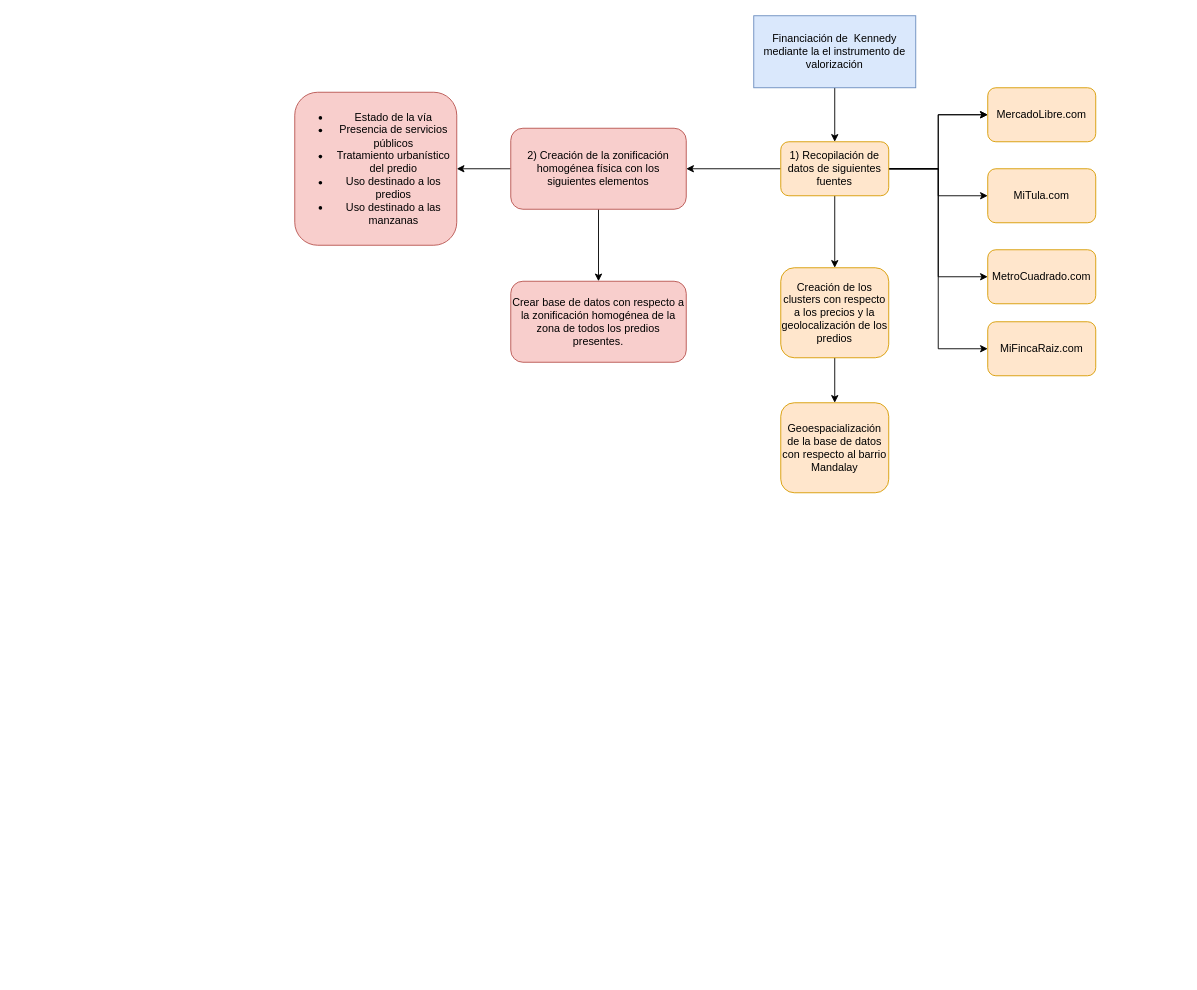
The draw.io diagram Diagrama sin título.drawio in santi11031/Valorizacion_Mandalay, before the edit. Source tidied: cells renumbered, new cells numbered last; positions are measured from the earlier drawing's top-left corner, leaving out a move shared by most shapes. Both pictures are drawn from the tidied source at 90%, with x=0, y=0 at pixel (294, 15).
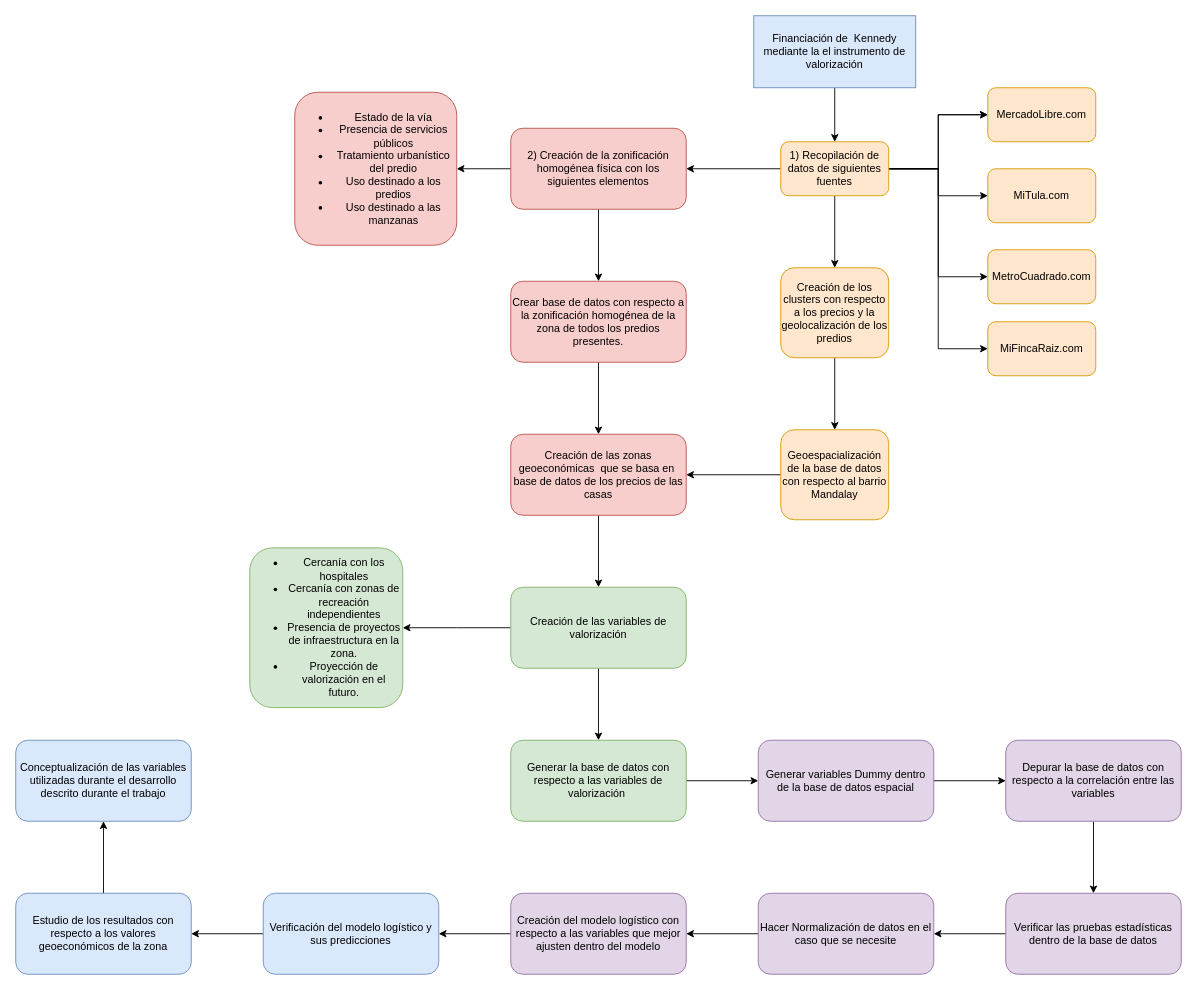
The same page after the edit.

Unchanged cells that the change refers to:
```xml
<mxCell id="23" value="Crear base de datos con respecto a la zonificación homogénea de la zona de todos los predios presentes." style="rounded=1;whiteSpace=wrap;html=1;fillColor=#f8cecc;strokeColor=#b85450;align=center;" parent="1" vertex="1">
  <mxGeometry x="240" y="295" width="195" height="90" as="geometry" />
</mxCell>
```

Change to the diagram source:
```diff
@@
+    <mxCell id="24" style="edgeStyle=orthogonalEdgeStyle;rounded=0;jettySize=auto;html=1;entryX=1;entryY=0.5;entryDx=0;entryDy=0;" parent="1" edge="1" source="22" target="27">
+      <mxGeometry relative="1" as="geometry" />
+    </mxCell>
     <mxCell id="22" value="Geoespacialización de la base de datos con respecto al barrio Mandalay" style="rounded=1;whiteSpace=wrap;html=1;fillColor=#ffe6cc;strokeColor=#d79b00;" parent="1" vertex="1">
-      <mxGeometry x="540" y="430" width="120" height="100" as="geometry" />
+      <mxGeometry x="540" y="460" width="120" height="100" as="geometry" />
     </mxCell>
+    <mxCell id="25" style="edgeStyle=orthogonalEdgeStyle;rounded=0;jettySize=auto;html=1;" parent="1" edge="1" source="23" target="27">
+      <mxGeometry relative="1" as="geometry" />
+    </mxCell>
@@
+    <mxCell id="26" style="edgeStyle=orthogonalEdgeStyle;rounded=0;jettySize=auto;html=1;" parent="1" edge="1" source="27" target="30">
+      <mxGeometry relative="1" as="geometry" />
+    </mxCell>
+    <mxCell id="27" value="Creación de las zonas geoeconómicas&amp;nbsp; que se basa en&amp;nbsp; base de datos de los precios de las casas" style="rounded=1;whiteSpace=wrap;html=1;fillColor=#f8cecc;strokeColor=#b85450;align=center;" parent="1" vertex="1">
+      <mxGeometry x="240" y="465" width="195" height="90" as="geometry" />
+    </mxCell>
+    <mxCell id="28" style="edgeStyle=orthogonalEdgeStyle;rounded=0;jettySize=auto;html=1;" parent="1" edge="1" source="30" target="32">
+      <mxGeometry relative="1" as="geometry" />
+    </mxCell>
+    <mxCell id="29" style="edgeStyle=orthogonalEdgeStyle;rounded=0;jettySize=auto;html=1;" parent="1" edge="1" source="30" target="33">
+      <mxGeometry relative="1" as="geometry" />
+    </mxCell>
+    <mxCell id="30" value="Creación de las variables de valorización" style="rounded=1;whiteSpace=wrap;html=1;fillColor=#d5e8d4;strokeColor=#82b366;align=center;" parent="1" vertex="1">
+      <mxGeometry x="240" y="635" width="195" height="90" as="geometry" />
+    </mxCell>
+    <mxCell id="31" style="edgeStyle=orthogonalEdgeStyle;rounded=0;jettySize=auto;html=1;" parent="1" edge="1" source="32" target="35">
+      <mxGeometry relative="1" as="geometry" />
+    </mxCell>
+    <mxCell id="32" value="Generar la base de datos con respecto a las variables de valorización&amp;nbsp;" style="rounded=1;whiteSpace=wrap;html=1;fillColor=#d5e8d4;strokeColor=#82b366;align=center;" parent="1" vertex="1">
+      <mxGeometry x="240" y="805" width="195" height="90" as="geometry" />
+    </mxCell>
+    <mxCell id="33" value="&lt;ul&gt;&lt;li&gt;Cercanía con los hospitales&lt;/li&gt;&lt;li&gt;Cercanía con zonas de recreación independientes&lt;/li&gt;&lt;li&gt;Presencia de proyectos de infraestructura en la zona.&lt;/li&gt;&lt;li&gt;Proyección de valorización en el futuro.&lt;/li&gt;&lt;/ul&gt;" style="rounded=1;whiteSpace=wrap;html=1;fillColor=#d5e8d4;strokeColor=#82b366;align=center;" parent="1" vertex="1">
+      <mxGeometry x="-50" y="591.2" width="170" height="177.5" as="geometry" />
+    </mxCell>
+    <mxCell id="34" style="edgeStyle=orthogonalEdgeStyle;rounded=0;jettySize=auto;html=1;" parent="1" edge="1" source="35" target="37">
+      <mxGeometry relative="1" as="geometry" />
+    </mxCell>
+    <mxCell id="35" value="Generar variables Dummy dentro de la base de datos espacial" style="rounded=1;whiteSpace=wrap;html=1;fillColor=#e1d5e7;strokeColor=#9673a6;align=center;" parent="1" vertex="1">
+      <mxGeometry x="515" y="805" width="195" height="90" as="geometry" />
+    </mxCell>
+    <mxCell id="36" style="edgeStyle=orthogonalEdgeStyle;rounded=0;jettySize=auto;html=1;" parent="1" edge="1" source="37" target="39">
+      <mxGeometry relative="1" as="geometry" />
+    </mxCell>
+    <mxCell id="37" value="Depurar la base de datos con respecto a la correlación entre las variables" style="rounded=1;whiteSpace=wrap;html=1;fillColor=#e1d5e7;strokeColor=#9673a6;align=center;" parent="1" vertex="1">
+      <mxGeometry x="790" y="805" width="195" height="90" as="geometry" />
+    </mxCell>
+    <mxCell id="38" style="edgeStyle=orthogonalEdgeStyle;rounded=0;jettySize=auto;html=1;" parent="1" edge="1" source="39" target="41">
+      <mxGeometry relative="1" as="geometry" />
+    </mxCell>
+    <mxCell id="39" value="Verificar las pruebas estadísticas dentro de la base de datos" style="rounded=1;whiteSpace=wrap;html=1;fillColor=#e1d5e7;strokeColor=#9673a6;align=center;" parent="1" vertex="1">
+      <mxGeometry x="790" y="975" width="195" height="90" as="geometry" />
+    </mxCell>
+    <mxCell id="40" style="edgeStyle=orthogonalEdgeStyle;rounded=0;jettySize=auto;html=1;" parent="1" edge="1" source="41" target="43">
+      <mxGeometry relative="1" as="geometry" />
+    </mxCell>
+    <mxCell id="41" value="Hacer Normalización de datos en el caso que se necesite" style="rounded=1;whiteSpace=wrap;html=1;fillColor=#e1d5e7;strokeColor=#9673a6;align=center;" parent="1" vertex="1">
+      <mxGeometry x="515" y="975" width="195" height="90" as="geometry" />
+    </mxCell>
+    <mxCell id="42" style="edgeStyle=orthogonalEdgeStyle;rounded=0;jettySize=auto;html=1;" parent="1" edge="1" source="43" target="45">
+      <mxGeometry relative="1" as="geometry" />
+    </mxCell>
+    <mxCell id="43" value="Creación del modelo logístico con respecto a las variables que mejor ajusten dentro del modelo" style="rounded=1;whiteSpace=wrap;html=1;fillColor=#e1d5e7;strokeColor=#9673a6;align=center;" parent="1" vertex="1">
+      <mxGeometry x="240" y="975" width="195" height="90" as="geometry" />
+    </mxCell>
+    <mxCell id="44" style="edgeStyle=orthogonalEdgeStyle;rounded=0;jettySize=auto;html=1;" parent="1" edge="1" source="45" target="47">
+      <mxGeometry relative="1" as="geometry" />
+    </mxCell>
+    <mxCell id="45" value="Verificación del modelo logístico y sus predicciones" style="rounded=1;whiteSpace=wrap;html=1;fillColor=#dae8fc;strokeColor=#6c8ebf;align=center;" parent="1" vertex="1">
+      <mxGeometry x="-35" y="975" width="195" height="90" as="geometry" />
+    </mxCell>
+    <mxCell id="46" style="edgeStyle=orthogonalEdgeStyle;rounded=0;jettySize=auto;html=1;" parent="1" edge="1" source="47" target="48">
+      <mxGeometry relative="1" as="geometry" />
+    </mxCell>
+    <mxCell id="47" value="Estudio de los resultados con respecto a los valores geoeconómicos de la zona" style="rounded=1;whiteSpace=wrap;html=1;fillColor=#dae8fc;strokeColor=#6c8ebf;align=center;" parent="1" vertex="1">
+      <mxGeometry x="-310" y="975" width="195" height="90" as="geometry" />
+    </mxCell>
+    <mxCell id="48" value="Conceptualización de las variables utilizadas durante el desarrollo descrito durante el trabajo" style="rounded=1;whiteSpace=wrap;html=1;fillColor=#dae8fc;strokeColor=#6c8ebf;align=center;" parent="1" vertex="1">
+      <mxGeometry x="-310" y="805" width="195" height="90" as="geometry" />
+    </mxCell>
```
